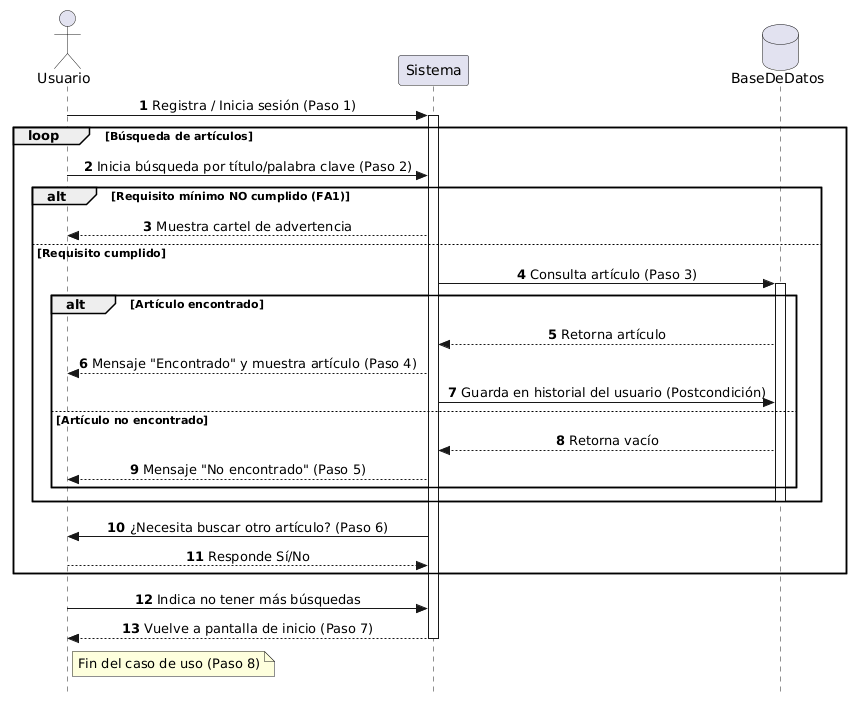
Above: DIAGRAMA_SECUENCIA.png in Jesica1487/examen-final-modelado-software-2027 (PlantUML), before the change.
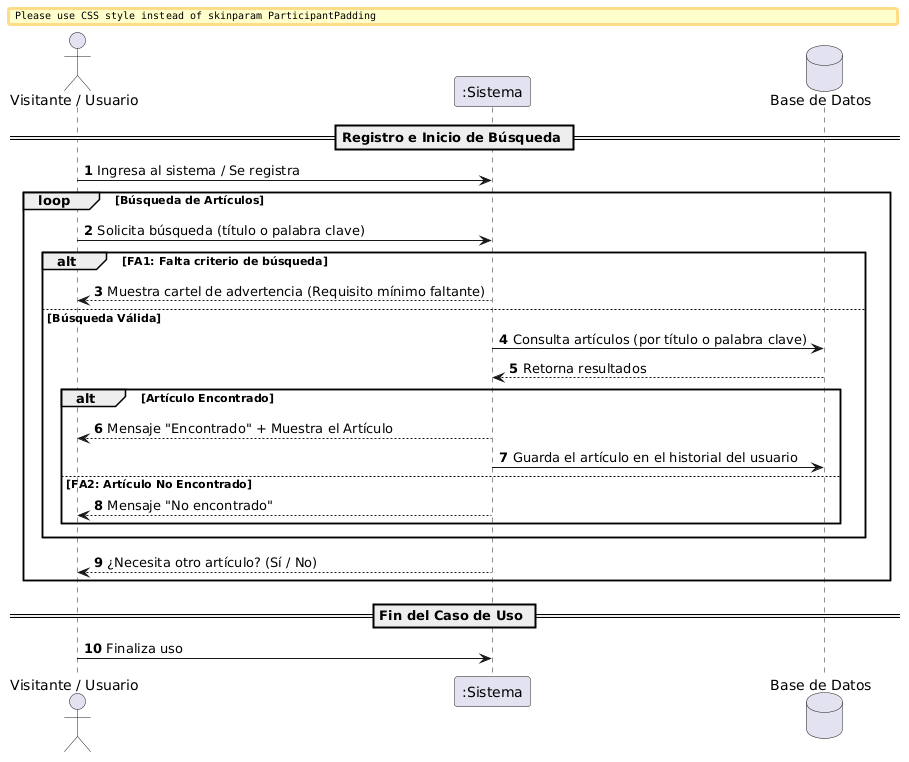
After the change.

Change to the diagram source:
```diff
@@ -1,42 +1,34 @@
 @startuml
-skinparam style strictuml
-skinparam SequenceMessageAlignment center
+autonumber
+skinparam BoxPadding 10
+skinparam ParticipantPadding 10
 
-autonumber
-actor Usuario
-participant Sistema
-database BaseDeDatos
+actor "Visitante / Usuario" as Usuario
+participant ":Sistema" as Sistema
+database "Base de Datos" as DB
 
-Usuario -> Sistema: Registra / Inicia sesión (Paso 1)
-activate Sistema
+== Registro e Inicio de Búsqueda ==
+Usuario -> Sistema: Ingresa al sistema / Se registra
+loop Búsqueda de Artículos
+    Usuario -> Sistema: Solicita búsqueda (título o palabra clave)
 
-loop Búsqueda de artículos
-    Usuario -> Sistema: Inicia búsqueda por título/palabra clave (Paso 2)
+    alt FA1: Falta criterio de búsqueda
+        Sistema --> Usuario: Muestra cartel de advertencia (Requisito mínimo faltante)
+    else Búsqueda Válida
+        Sistema -> DB: Consulta artículos (por título o palabra clave)
+        DB --> Sistema: Retorna resultados
 
-    alt Requisito mínimo NO cumplido (FA1)
-        Sistema --> Usuario: Muestra cartel de advertencia
-    else Requisito cumplido
-        Sistema -> BaseDeDatos: Consulta artículo (Paso 3)
-        activate BaseDeDatos
-
-        alt Artículo encontrado
-            BaseDeDatos --> Sistema: Retorna artículo
-            Sistema --> Usuario: Mensaje "Encontrado" y muestra artículo (Paso 4)
-            Sistema -> BaseDeDatos: Guarda en historial del usuario (Postcondición)
-        else Artículo no encontrado
-            BaseDeDatos --> Sistema: Retorna vacío
-            Sistema --> Usuario: Mensaje "No encontrado" (Paso 5)
+        alt Artículo Encontrado
+            Sistema --> Usuario: Mensaje "Encontrado" + Muestra el Artículo
+            Sistema -> DB: Guarda el artículo en el historial del usuario
+        else FA2: Artículo No Encontrado
+            Sistema --> Usuario: Mensaje "No encontrado"
         end
-        deactivate BaseDeDatos
     end
 
-    Sistema -> Usuario: ¿Necesita buscar otro artículo? (Paso 6)
-    Usuario --> Sistema: Responde Sí/No
+    Sistema --> Usuario: ¿Necesita otro artículo? (Sí / No)
 end
 
-Usuario -> Sistema: Indica no tener más búsquedas
-Sistema --> Usuario: Vuelve a pantalla de inicio (Paso 7)
-deactivate Sistema
-
-note right of Usuario: Fin del caso de uso (Paso 8)
+== Fin del Caso de Uso ==
+Usuario -> Sistema: Finaliza uso
 @enduml
```
